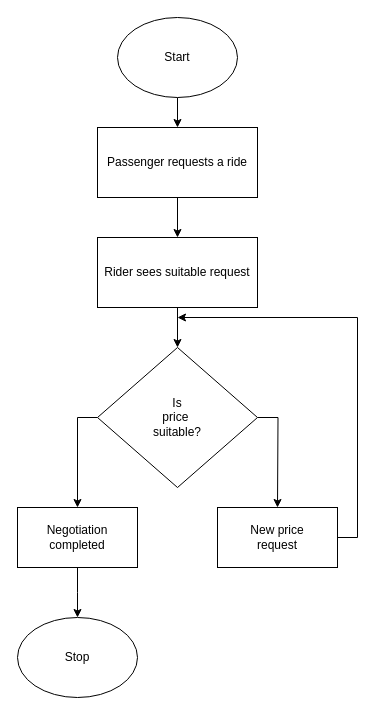
The draw.io diagram figures/flow chart of rider.drawio in mallaji/drawio, before the edit. Source tidied: cells renumbered, new cells numbered last; positions are measured from the earlier drawing's top-left corner, leaving out a move shared by most shapes. Both pictures are drawn from the tidied source at 100%, with x=0, y=0 at pixel (17, 17).
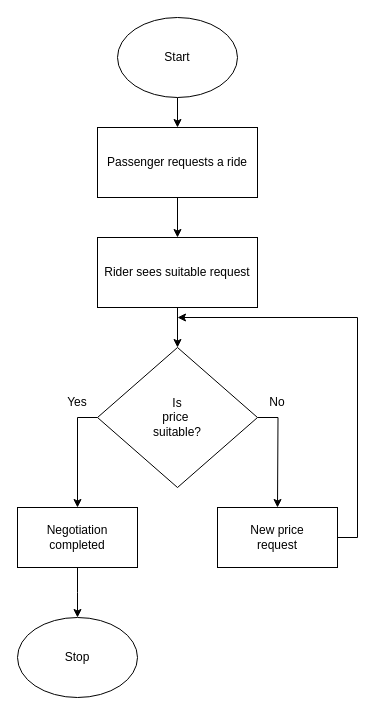
The same diagram, later.

Diff of the diagram source:
```diff
@@
+    <mxCell id="16" value="Yes" style="text;html=1;strokeColor=none;fillColor=none;align=center;verticalAlign=middle;whiteSpace=wrap;rounded=0;" parent="1" vertex="1">
+      <mxGeometry x="30" y="370" width="60" height="30" as="geometry" />
+    </mxCell>
+    <mxCell id="17" value="No" style="text;html=1;strokeColor=none;fillColor=none;align=center;verticalAlign=middle;whiteSpace=wrap;rounded=0;" parent="1" vertex="1">
+      <mxGeometry x="230" y="370" width="60" height="30" as="geometry" />
+    </mxCell>
```
